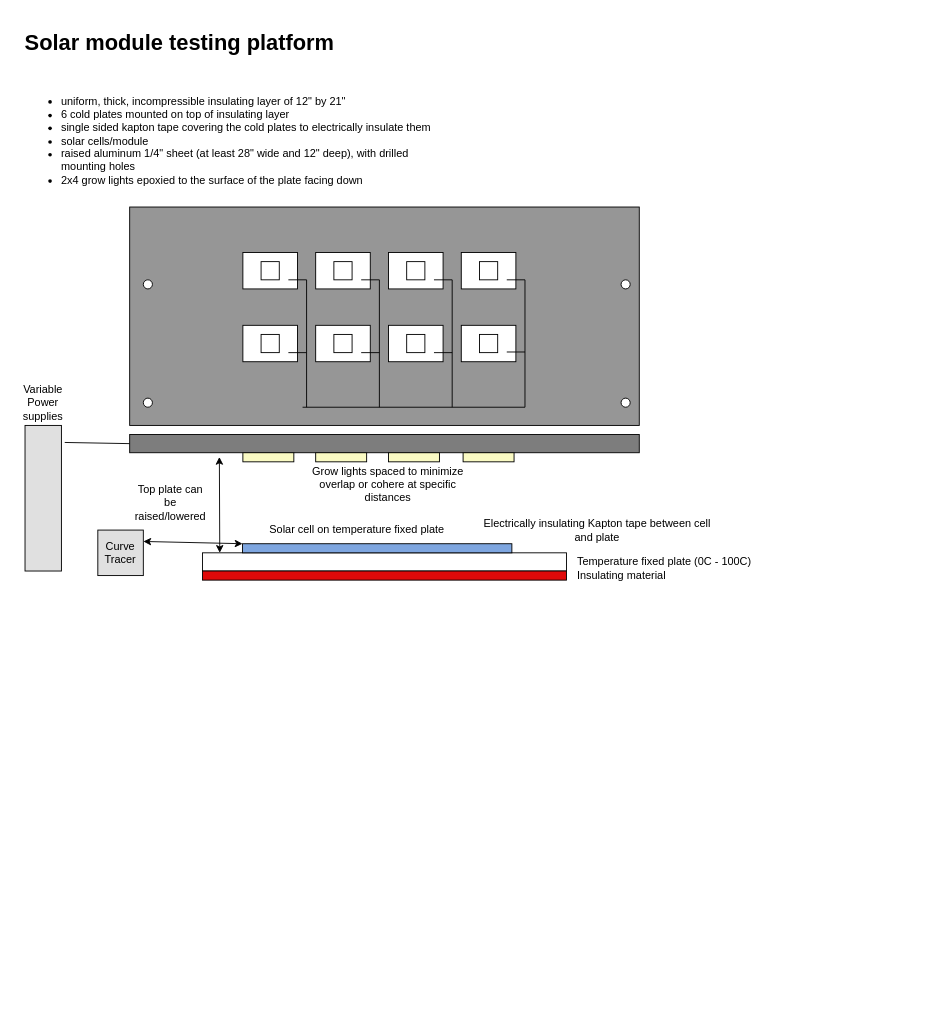
dimembermatt/solar_energy_systems_thesis keeps this draw.io diagram as resources/test_setup.drawio. Above is the earlier version. Source tidied: cells renumbered, new cells numbered last; positions are measured from the earlier drawing's top-left corner, leaving out a move shared by most shapes. Both pictures are drawn from the tidied source at 91%, with x=0, y=0 at pixel (15, 25).
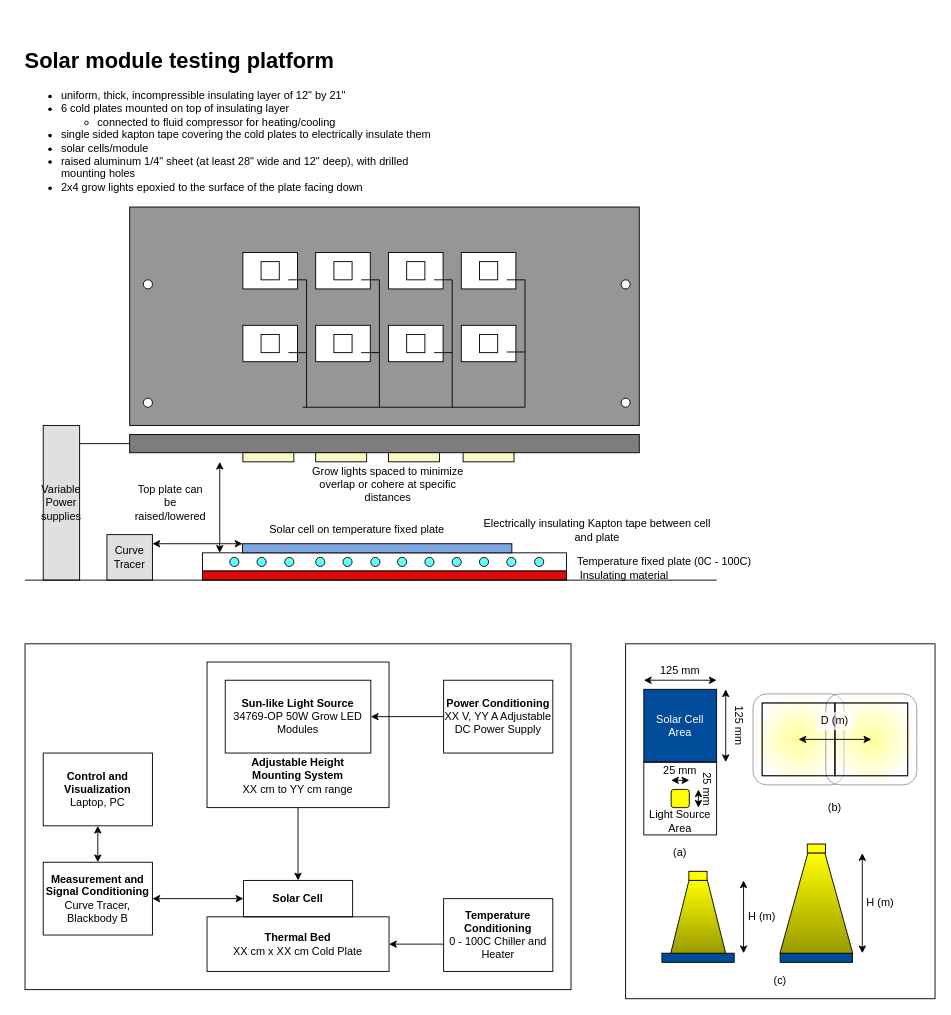
Above is the later version.

The change refers to these unchanged cells:
```xml
<mxCell id="38" style="rounded=0;whiteSpace=wrap;html=1;fillColor=#7D7D7D;" parent="1" vertex="1">
  <mxGeometry x="125" y="450" width="560" height="20" as="geometry" />
</mxCell>
<mxCell id="44" style="rounded=0;whiteSpace=wrap;html=1;fillColor=#7EA6E0;" parent="1" vertex="1">
  <mxGeometry x="249" y="570" width="296" height="10" as="geometry" />
</mxCell>
```

Diff of the diagram source:
```diff
@@
+    <mxCell id="58" style="rounded=0;whiteSpace=wrap;html=1;shadow=0;glass=0;labelBackgroundColor=none;sketch=0;strokeColor=#000000;fontColor=#000000;fillColor=none;gradientColor=#FFFFFF;gradientDirection=radial;" parent="1" vertex="1">
+      <mxGeometry x="670" y="680" width="340" height="390" as="geometry" />
+    </mxCell>
+    <mxCell id="59" style="rounded=0;whiteSpace=wrap;html=1;labelBackgroundColor=none;fillColor=none;" parent="1" vertex="1">
+      <mxGeometry x="900" y="745" width="80" height="80" as="geometry" />
+    </mxCell>
+    <mxCell id="60" style="rounded=0;whiteSpace=wrap;html=1;labelBackgroundColor=none;fillColor=none;" parent="1" vertex="1">
+      <mxGeometry x="820" y="745" width="80" height="80" as="geometry" />
+    </mxCell>
+    <mxCell id="61" style="rounded=1;whiteSpace=wrap;html=1;labelBackgroundColor=none;fillColor=#FFFF00;glass=0;gradientColor=#FFFFFF;gradientDirection=radial;opacity=40;" parent="1" vertex="1">
+      <mxGeometry x="810" y="735" width="100" height="100" as="geometry" />
+    </mxCell>
+    <mxCell id="62" style="rounded=1;whiteSpace=wrap;html=1;labelBackgroundColor=none;fillColor=#FFFF00;gradientColor=#FFFFFF;gradientDirection=radial;glass=0;shadow=0;sketch=0;opacity=40;" parent="1" vertex="1">
+      <mxGeometry x="890" y="735" width="100" height="100" as="geometry" />
+    </mxCell>
+    <mxCell id="63" style="rounded=0;whiteSpace=wrap;html=1;labelBackgroundColor=#FFFF00;" parent="1" vertex="1">
+      <mxGeometry x="210" y="700" width="200" height="160" as="geometry" />
+    </mxCell>
@@
-    <mxCell id="10" value="&lt;p&gt;&lt;/p&gt;&lt;h1&gt;&lt;span style=&quot;background-color: initial;&quot;&gt;Solar module testing platform&lt;/span&gt;&lt;/h1&gt;&lt;div&gt;&lt;br&gt;&lt;/div&gt;&lt;ul&gt;&lt;li&gt;uniform, thick, incompressible insulating layer of 12&quot; by 21&quot;&lt;/li&gt;&lt;li&gt;&lt;span style=&quot;background-color: initial; font-size: 12px; font-weight: normal;&quot;&gt;6 cold plates mounted on top of insulating layer&lt;br&gt;&lt;/span&gt;&lt;/li&gt;&lt;li&gt;single sided kapton tape covering the cold plates to electrically insulate them&lt;/li&gt;&lt;li&gt;solar cells/module&lt;/li&gt;&lt;li&gt;raised aluminum 1/4&quot; sheet (at least 28&quot; wide and 12&quot; deep), with drilled mounting holes&lt;/li&gt;&lt;li&gt;2x4 grow lights epoxied to the surface of the plate facing down&lt;/li&gt;&lt;/ul&gt;&lt;p&gt;&lt;/p&gt;&lt;h1&gt;&lt;p&gt;&lt;/p&gt;&lt;p&gt;&lt;/p&gt;&lt;p&gt;&lt;/p&gt;&lt;/h1&gt;&lt;p&gt;&lt;br&gt;&lt;/p&gt;" style="text;html=1;strokeColor=none;fillColor=none;spacing=5;spacingTop=-20;whiteSpace=wrap;overflow=hidden;rounded=0;" parent="1" vertex="1">
-      <mxGeometry x="5" width="470" height="190" as="geometry" />
+    <mxCell id="10" value="&lt;p&gt;&lt;/p&gt;&lt;h1&gt;&lt;span style=&quot;background-color: initial;&quot;&gt;Solar module testing platform&lt;/span&gt;&lt;/h1&gt;&lt;ul&gt;&lt;li&gt;uniform, thick, incompressible insulating layer of 12&quot; by 21&quot;&lt;/li&gt;&lt;li&gt;&lt;span style=&quot;background-color: initial; font-size: 12px; font-weight: normal;&quot;&gt;6 cold plates mounted on top of insulating layer&lt;br&gt;&lt;/span&gt;&lt;/li&gt;&lt;ul&gt;&lt;li&gt;&lt;span style=&quot;background-color: initial; font-size: 12px; font-weight: normal;&quot;&gt;connected to fluid compressor for heating/cooling&lt;/span&gt;&lt;/li&gt;&lt;/ul&gt;&lt;li&gt;single sided kapton tape covering the cold plates to electrically insulate them&lt;/li&gt;&lt;li&gt;solar cells/module&lt;/li&gt;&lt;li&gt;raised aluminum 1/4&quot; sheet (at least 28&quot; wide and 12&quot; deep), with drilled mounting holes&lt;/li&gt;&lt;li&gt;2x4 grow lights epoxied to the surface of the plate facing down&lt;/li&gt;&lt;/ul&gt;&lt;p&gt;&lt;/p&gt;&lt;h1&gt;&lt;p&gt;&lt;/p&gt;&lt;p&gt;&lt;/p&gt;&lt;p&gt;&lt;/p&gt;&lt;/h1&gt;&lt;p&gt;&lt;br&gt;&lt;/p&gt;" style="text;html=1;strokeColor=none;fillColor=none;spacing=5;spacingTop=-20;whiteSpace=wrap;overflow=hidden;rounded=0;" parent="1" vertex="1">
+      <mxGeometry x="5" y="20" width="470" height="170" as="geometry" />
     </mxCell>
@@
-    <mxCell id="43" style="endArrow=classic;startArrow=classic;html=1;rounded=0;entryX=0.176;entryY=1.233;entryDx=0;entryDy=0;entryPerimeter=0;" parent="1" edge="1" target="38">
+    <mxCell id="43" style="endArrow=classic;startArrow=classic;html=1;rounded=0;" parent="1" edge="1">
       <mxGeometry relative="1" as="geometry">
         <mxPoint x="224" y="580" as="sourcePoint" />
+        <mxPoint x="224" y="480" as="targetPoint" />
       </mxGeometry>
     </mxCell>
@@
     <mxCell id="50" value="Insulating material" style="text;html=1;strokeColor=none;fillColor=none;align=left;verticalAlign=middle;whiteSpace=wrap;rounded=0;" parent="1" vertex="1">
-      <mxGeometry x="615" y="590" width="200" height="30" as="geometry" />
+      <mxGeometry x="617.5" y="600" width="105" height="10" as="geometry" />
     </mxCell>
@@
     <mxCell id="52" style="whiteSpace=wrap;html=1;fillColor=#E0E0E0;" parent="1" vertex="1">
-      <mxGeometry x="90" y="555" width="50" height="50" as="geometry" />
+      <mxGeometry x="100" y="560" width="50" height="50" as="geometry" />
     </mxCell>
-    <mxCell id="53" style="endArrow=classic;startArrow=classic;html=1;rounded=0;exitX=1;exitY=0.25;exitDx=0;exitDy=0;entryX=0;entryY=0;entryDx=0;entryDy=0;" parent="1" edge="1" source="52" target="44">
-      <mxGeometry relative="1" as="geometry" />
+    <mxCell id="53" style="endArrow=classic;startArrow=classic;html=1;rounded=0;entryX=0;entryY=0;entryDx=0;entryDy=0;" parent="1" edge="1" target="44">
+      <mxGeometry relative="1" as="geometry">
+        <mxPoint x="150" y="570" as="sourcePoint" />
+      </mxGeometry>
     </mxCell>
     <mxCell id="54" style="rounded=0;whiteSpace=wrap;html=1;fillColor=#E0E0E0;" parent="1" vertex="1">
-      <mxGeometry x="10" y="440" width="40" height="160" as="geometry" />
+      <mxGeometry x="30" y="440" width="40" height="170" as="geometry" />
     </mxCell>
-    <mxCell id="55" style="endArrow=none;html=1;rounded=0;exitX=1.091;exitY=0.117;exitDx=0;exitDy=0;exitPerimeter=0;entryX=0;entryY=0.5;entryDx=0;entryDy=0;" parent="1" edge="1" source="54" target="38">
-      <mxGeometry relative="1" as="geometry" />
+    <mxCell id="55" style="endArrow=none;html=1;rounded=0;entryX=0;entryY=0.5;entryDx=0;entryDy=0;" parent="1" edge="1" target="38">
+      <mxGeometry relative="1" as="geometry">
+        <mxPoint x="70" y="460" as="sourcePoint" />
+      </mxGeometry>
     </mxCell>
     <mxCell id="56" value="Variable Power supplies" style="text;html=1;strokeColor=none;fillColor=none;align=center;verticalAlign=middle;whiteSpace=wrap;rounded=0;" parent="1" vertex="1">
-      <mxGeometry y="400" width="60" height="30" as="geometry" />
+      <mxGeometry x="30" y="510" width="40" height="30" as="geometry" />
     </mxCell>
     <mxCell id="57" value="Curve Tracer" style="text;html=1;strokeColor=none;fillColor=none;align=center;verticalAlign=middle;whiteSpace=wrap;rounded=0;" parent="1" vertex="1">
-      <mxGeometry x="85" y="565" width="60" height="30" as="geometry" />
+      <mxGeometry x="105" y="570" width="40" height="30" as="geometry" />
     </mxCell>
+    <mxCell id="64" style="endArrow=none;html=1;rounded=0;" parent="1" edge="1">
+      <mxGeometry relative="1" as="geometry">
+        <mxPoint x="10" y="610" as="sourcePoint" />
+        <mxPoint x="770" y="610" as="targetPoint" />
+      </mxGeometry>
+    </mxCell>
+    <mxCell id="65" style="ellipse;whiteSpace=wrap;html=1;fillColor=#66FFFF;" parent="1" vertex="1">
+      <mxGeometry x="235" y="585" width="10" height="10" as="geometry" />
+    </mxCell>
+    <mxCell id="66" style="ellipse;whiteSpace=wrap;html=1;fillColor=#66FFFF;" parent="1" vertex="1">
+      <mxGeometry x="265" y="585" width="10" height="10" as="geometry" />
+    </mxCell>
+    <mxCell id="67" style="ellipse;whiteSpace=wrap;html=1;fillColor=#66FFFF;" parent="1" vertex="1">
+      <mxGeometry x="295.4" y="585" width="10" height="10" as="geometry" />
+    </mxCell>
+    <mxCell id="68" style="ellipse;whiteSpace=wrap;html=1;fillColor=#66FFFF;" parent="1" vertex="1">
+      <mxGeometry x="329.4" y="585" width="10" height="10" as="geometry" />
+    </mxCell>
+    <mxCell id="69" style="ellipse;whiteSpace=wrap;html=1;fillColor=#66FFFF;" parent="1" vertex="1">
+      <mxGeometry x="359.4" y="585" width="10" height="10" as="geometry" />
+    </mxCell>
+    <mxCell id="70" style="ellipse;whiteSpace=wrap;html=1;fillColor=#66FFFF;" parent="1" vertex="1">
+      <mxGeometry x="390" y="585" width="10" height="10" as="geometry" />
+    </mxCell>
+    <mxCell id="71" style="ellipse;whiteSpace=wrap;html=1;fillColor=#66FFFF;" parent="1" vertex="1">
+      <mxGeometry x="419.4" y="585" width="10" height="10" as="geometry" />
+    </mxCell>
+    <mxCell id="72" style="ellipse;whiteSpace=wrap;html=1;fillColor=#66FFFF;" parent="1" vertex="1">
+      <mxGeometry x="449.4" y="585" width="10" height="10" as="geometry" />
+    </mxCell>
+    <mxCell id="73" style="ellipse;whiteSpace=wrap;html=1;fillColor=#66FFFF;" parent="1" vertex="1">
+      <mxGeometry x="479.4" y="585" width="10" height="10" as="geometry" />
+    </mxCell>
+    <mxCell id="74" style="ellipse;whiteSpace=wrap;html=1;fillColor=#66FFFF;" parent="1" vertex="1">
+      <mxGeometry x="509.4" y="585" width="10" height="10" as="geometry" />
+    </mxCell>
+    <mxCell id="75" style="ellipse;whiteSpace=wrap;html=1;fillColor=#66FFFF;" parent="1" vertex="1">
+      <mxGeometry x="539.4" y="585" width="10" height="10" as="geometry" />
+    </mxCell>
+    <mxCell id="76" style="ellipse;whiteSpace=wrap;html=1;fillColor=#66FFFF;" parent="1" vertex="1">
+      <mxGeometry x="570" y="585" width="10" height="10" as="geometry" />
+    </mxCell>
+    <mxCell id="77" value="&lt;b&gt;Sun-like Light Source&lt;br&gt;&lt;/b&gt;34769-OP 50W Grow LED Modules" style="rounded=0;whiteSpace=wrap;html=1;" parent="1" vertex="1">
+      <mxGeometry x="230" y="720" width="160" height="80" as="geometry" />
+    </mxCell>
+    <mxCell id="78" style="edgeStyle=orthogonalEdgeStyle;rounded=0;jettySize=auto;html=1;" parent="1" edge="1" source="79" target="77">
+      <mxGeometry relative="1" as="geometry" />
+    </mxCell>
+    <mxCell id="79" value="&lt;b&gt;Power Conditioning&lt;br&gt;&lt;/b&gt;XX V, YY A Adjustable DC Power Supply" style="rounded=0;whiteSpace=wrap;html=1;" parent="1" vertex="1">
+      <mxGeometry x="470" y="720" width="120" height="80" as="geometry" />
+    </mxCell>
+    <mxCell id="80" value="Adjustable Height Mounting System&lt;br&gt;&lt;span style=&quot;font-weight: 400;&quot;&gt;XX cm to YY cm range&lt;/span&gt;" style="text;html=1;strokeColor=none;fillColor=none;align=center;verticalAlign=middle;whiteSpace=wrap;rounded=0;labelBackgroundColor=#FFFFFF;fontStyle=1;" parent="1" vertex="1">
+      <mxGeometry x="230" y="810" width="160" height="30" as="geometry" />
+    </mxCell>
+    <mxCell id="81" value="Solar Cell" style="rounded=0;whiteSpace=wrap;html=1;labelBackgroundColor=none;fillColor=none;fontStyle=1;" parent="1" vertex="1">
+      <mxGeometry x="250" y="940" width="120" height="40" as="geometry" />
+    </mxCell>
+    <mxCell id="82" value="Thermal Bed&lt;br&gt;&lt;span style=&quot;font-weight: normal;&quot;&gt;XX cm x XX cm Cold Plate&lt;/span&gt;" style="rounded=0;whiteSpace=wrap;html=1;labelBackgroundColor=none;fillColor=none;fontStyle=1;" parent="1" vertex="1">
+      <mxGeometry x="210" y="980" width="200" height="60" as="geometry" />
+    </mxCell>
+    <mxCell id="83" style="edgeStyle=orthogonalEdgeStyle;rounded=0;jettySize=auto;html=1;entryX=1;entryY=0.5;entryDx=0;entryDy=0;" parent="1" edge="1" source="84" target="82">
+      <mxGeometry relative="1" as="geometry">
+        <Array as="points">
+          <mxPoint x="460" y="1010" />
+          <mxPoint x="460" y="1010" />
+        </Array>
+      </mxGeometry>
+    </mxCell>
+    <mxCell id="84" value="&lt;b&gt;Temperature Conditioning&lt;/b&gt;&lt;br&gt;0 - 100C Chiller and Heater" style="rounded=0;whiteSpace=wrap;html=1;labelBackgroundColor=none;fillColor=none;" parent="1" vertex="1">
+      <mxGeometry x="470" y="960" width="120" height="80" as="geometry" />
+    </mxCell>
+    <mxCell id="85" style="endArrow=classic;html=1;rounded=0;exitX=0.5;exitY=1;exitDx=0;exitDy=0;entryX=0.5;entryY=0;entryDx=0;entryDy=0;" parent="1" edge="1" source="63" target="81">
+      <mxGeometry relative="1" as="geometry" />
+    </mxCell>
+    <mxCell id="86" value="&lt;b&gt;Measurement and Signal Conditioning&lt;/b&gt;&lt;br&gt;Curve Tracer, Blackbody B" style="rounded=0;whiteSpace=wrap;html=1;labelBackgroundColor=none;fillColor=none;" parent="1" vertex="1">
+      <mxGeometry x="30" y="920" width="120" height="80" as="geometry" />
+    </mxCell>
+    <mxCell id="87" value="&lt;b&gt;Control and Visualization&lt;/b&gt;&lt;br&gt;Laptop, PC" style="rounded=0;whiteSpace=wrap;html=1;labelBackgroundColor=none;fillColor=none;" parent="1" vertex="1">
+      <mxGeometry x="30" y="800" width="120" height="80" as="geometry" />
+    </mxCell>
+    <mxCell id="88" style="endArrow=classic;startArrow=classic;html=1;rounded=0;exitX=0.5;exitY=1;exitDx=0;exitDy=0;entryX=0.5;entryY=0;entryDx=0;entryDy=0;" parent="1" edge="1" source="87" target="86">
+      <mxGeometry relative="1" as="geometry" />
+    </mxCell>
+    <mxCell id="89" style="endArrow=classic;startArrow=classic;html=1;rounded=0;exitX=1;exitY=0.5;exitDx=0;exitDy=0;entryX=0;entryY=0.5;entryDx=0;entryDy=0;" parent="1" edge="1" source="86" target="81">
+      <mxGeometry relative="1" as="geometry" />
+    </mxCell>
+    <mxCell id="90" style="rounded=0;whiteSpace=wrap;html=1;labelBackgroundColor=none;fillColor=none;" parent="1" vertex="1">
+      <mxGeometry x="10" y="680" width="600" height="380" as="geometry" />
+    </mxCell>
+    <mxCell id="91" style="rounded=0;whiteSpace=wrap;html=1;labelBackgroundColor=none;fillColor=none;" parent="1" vertex="1">
+      <mxGeometry x="820" y="745" width="80" height="80" as="geometry" />
+    </mxCell>
+    <mxCell id="92" value="&lt;font color=&quot;#ffffff&quot;&gt;Solar Cell Area&lt;/font&gt;" style="rounded=0;whiteSpace=wrap;html=1;labelBackgroundColor=none;fillColor=#004C99;" parent="1" vertex="1">
+      <mxGeometry x="690" y="730" width="80" height="80" as="geometry" />
+    </mxCell>
+    <mxCell id="93" style="rounded=0;whiteSpace=wrap;html=1;labelBackgroundColor=none;fillColor=none;" parent="1" vertex="1">
+      <mxGeometry x="900" y="745" width="80" height="80" as="geometry" />
+    </mxCell>
+    <mxCell id="94" style="rounded=0;whiteSpace=wrap;html=1;labelBackgroundColor=none;fillColor=none;" parent="1" vertex="1">
+      <mxGeometry x="690" y="810" width="80" height="80" as="geometry" />
+    </mxCell>
+    <mxCell id="95" style="endArrow=classic;startArrow=classic;html=1;rounded=0;" parent="1" edge="1">
+      <mxGeometry relative="1" as="geometry">
+        <mxPoint x="780" y="810" as="sourcePoint" />
+        <mxPoint x="780" y="730" as="targetPoint" />
+      </mxGeometry>
+    </mxCell>
+    <mxCell id="96" style="endArrow=classic;startArrow=classic;html=1;rounded=0;" parent="1" edge="1">
+      <mxGeometry relative="1" as="geometry">
+        <mxPoint x="690" y="720" as="sourcePoint" />
+        <mxPoint x="770" y="720" as="targetPoint" />
+      </mxGeometry>
+    </mxCell>
+    <mxCell id="97" value="125 mm" style="text;html=1;strokeColor=none;fillColor=none;align=center;verticalAlign=middle;whiteSpace=wrap;rounded=0;labelBackgroundColor=none;" parent="1" vertex="1">
+      <mxGeometry x="705" y="700" width="50" height="20" as="geometry" />
+    </mxCell>
+    <mxCell id="98" value="125 mm" style="text;html=1;strokeColor=none;fillColor=none;align=center;verticalAlign=middle;whiteSpace=wrap;rounded=0;labelBackgroundColor=none;rotation=90;" parent="1" vertex="1">
+      <mxGeometry x="770" y="760" width="50" height="20" as="geometry" />
+    </mxCell>
+    <mxCell id="99" style="rounded=1;whiteSpace=wrap;html=1;labelBackgroundColor=none;fillColor=#FFFF00;" parent="1" vertex="1">
+      <mxGeometry x="720" y="840" width="20" height="20" as="geometry" />
+    </mxCell>
+    <mxCell id="100" style="endArrow=classic;startArrow=classic;html=1;rounded=0;" parent="1" edge="1">
+      <mxGeometry relative="1" as="geometry">
+        <mxPoint x="720" y="830" as="sourcePoint" />
+        <mxPoint x="740" y="830" as="targetPoint" />
+      </mxGeometry>
+    </mxCell>
+    <mxCell id="101" value="25 mm" style="text;html=1;strokeColor=none;fillColor=none;align=center;verticalAlign=middle;whiteSpace=wrap;rounded=0;labelBackgroundColor=none;" parent="1" vertex="1">
+      <mxGeometry x="700" y="810" width="60" height="20" as="geometry" />
+    </mxCell>
+    <mxCell id="102" value="&lt;font color=&quot;#000000&quot;&gt;Light Source Area&lt;/font&gt;" style="text;html=1;strokeColor=none;fillColor=none;align=center;verticalAlign=middle;whiteSpace=wrap;rounded=0;labelBackgroundColor=none;fontColor=#FFFFFF;" parent="1" vertex="1">
+      <mxGeometry x="690" y="860" width="80" height="30" as="geometry" />
+    </mxCell>
+    <mxCell id="103" style="endArrow=classic;startArrow=classic;html=1;rounded=0;" parent="1" edge="1">
+      <mxGeometry relative="1" as="geometry">
+        <mxPoint x="750" y="840" as="sourcePoint" />
+        <mxPoint x="750" y="860" as="targetPoint" />
+      </mxGeometry>
+    </mxCell>
+    <mxCell id="104" value="25 mm" style="text;html=1;strokeColor=none;fillColor=none;align=center;verticalAlign=middle;whiteSpace=wrap;rounded=0;labelBackgroundColor=none;rotation=90;" parent="1" vertex="1">
+      <mxGeometry x="740" y="830" width="40" height="20" as="geometry" />
+    </mxCell>
+    <mxCell id="105" style="endArrow=classic;startArrow=classic;html=1;rounded=0;fontColor=#000000;" parent="1" edge="1">
+      <mxGeometry relative="1" as="geometry">
+        <mxPoint x="860" y="785" as="sourcePoint" />
+        <mxPoint x="940" y="785" as="targetPoint" />
+      </mxGeometry>
+    </mxCell>
+    <mxCell id="106" value="D (m)" style="text;html=1;strokeColor=none;fillColor=#FFFFFF;align=center;verticalAlign=middle;whiteSpace=wrap;rounded=1;shadow=0;glass=0;labelBackgroundColor=none;sketch=0;fontColor=#000000;opacity=70;" parent="1" vertex="1">
+      <mxGeometry x="880" y="755" width="40" height="20" as="geometry" />
+    </mxCell>
+    <mxCell id="107" style="rounded=0;whiteSpace=wrap;html=1;shadow=0;glass=0;labelBackgroundColor=none;sketch=0;strokeColor=#000000;fontColor=#000000;fillColor=#FFFF00;gradientColor=none;gradientDirection=radial;" parent="1" vertex="1">
+      <mxGeometry x="869.6" y="900" width="20" height="10" as="geometry" />
+    </mxCell>
+    <mxCell id="108" style="rounded=0;whiteSpace=wrap;html=1;shadow=0;glass=0;labelBackgroundColor=none;sketch=0;strokeColor=#000000;fontColor=#000000;fillColor=#004C99;gradientColor=none;gradientDirection=radial;" parent="1" vertex="1">
+      <mxGeometry x="839.8" y="1020" width="79.4" height="10" as="geometry" />
+    </mxCell>
+    <mxCell id="109" style="shape=trapezoid;perimeter=trapezoidPerimeter;whiteSpace=wrap;html=1;fixedSize=1;rounded=0;shadow=0;glass=0;labelBackgroundColor=none;sketch=0;strokeColor=#000000;fontColor=#000000;fillColor=#FFFF00;gradientColor=#999900;gradientDirection=south;size=30.59999999999991;" parent="1" vertex="1">
+      <mxGeometry x="839.6" y="910" width="80" height="110" as="geometry" />
+    </mxCell>
+    <mxCell id="110" style="rounded=0;whiteSpace=wrap;html=1;shadow=0;glass=0;labelBackgroundColor=none;sketch=0;strokeColor=#000000;fontColor=#000000;fillColor=#FFFF00;gradientColor=none;gradientDirection=radial;" parent="1" vertex="1">
+      <mxGeometry x="739.5" y="930" width="20" height="10" as="geometry" />
+    </mxCell>
+    <mxCell id="111" style="rounded=0;whiteSpace=wrap;html=1;shadow=0;glass=0;labelBackgroundColor=none;sketch=0;strokeColor=#000000;fontColor=#000000;fillColor=#004C99;gradientColor=none;gradientDirection=radial;" parent="1" vertex="1">
+      <mxGeometry x="709.9" y="1020" width="79.4" height="10" as="geometry" />
+    </mxCell>
+    <mxCell id="112" style="shape=trapezoid;perimeter=trapezoidPerimeter;whiteSpace=wrap;html=1;fixedSize=1;rounded=0;shadow=0;glass=0;labelBackgroundColor=none;sketch=0;strokeColor=#000000;fontColor=#000000;fillColor=#FFFF00;gradientColor=#999900;gradientDirection=south;size=20;" parent="1" vertex="1">
+      <mxGeometry x="719.6" y="940" width="60.3" height="80" as="geometry" />
+    </mxCell>
+    <mxCell id="113" style="endArrow=classic;startArrow=classic;html=1;rounded=0;fontColor=#000000;" parent="1" edge="1">
+      <mxGeometry relative="1" as="geometry">
+        <mxPoint x="799.6" y="1020" as="sourcePoint" />
+        <mxPoint x="799.6" y="940" as="targetPoint" />
+      </mxGeometry>
+    </mxCell>
+    <mxCell id="114" style="endArrow=classic;startArrow=classic;html=1;rounded=0;fontColor=#000000;" parent="1" edge="1">
+      <mxGeometry relative="1" as="geometry">
+        <mxPoint x="930.1" y="1020" as="sourcePoint" />
+        <mxPoint x="930.1" y="910" as="targetPoint" />
+      </mxGeometry>
+    </mxCell>
+    <mxCell id="115" value="H (m)" style="text;html=1;strokeColor=none;fillColor=none;align=center;verticalAlign=middle;whiteSpace=wrap;rounded=0;shadow=0;glass=0;labelBackgroundColor=none;sketch=0;fontColor=#000000;" parent="1" vertex="1">
+      <mxGeometry x="930.1" y="950" width="40" height="30" as="geometry" />
+    </mxCell>
+    <mxCell id="116" value="H (m)" style="text;html=1;strokeColor=none;fillColor=none;align=center;verticalAlign=middle;whiteSpace=wrap;rounded=0;shadow=0;glass=0;labelBackgroundColor=none;sketch=0;fontColor=#000000;" parent="1" vertex="1">
+      <mxGeometry x="799.6" y="965" width="40" height="30" as="geometry" />
+    </mxCell>
+    <mxCell id="117" value="(a)" style="text;html=1;strokeColor=none;fillColor=none;align=center;verticalAlign=middle;whiteSpace=wrap;rounded=0;shadow=0;glass=0;labelBackgroundColor=none;sketch=0;fontColor=#000000;" parent="1" vertex="1">
+      <mxGeometry x="720" y="900" width="20" height="20" as="geometry" />
+    </mxCell>
+    <mxCell id="118" value="(b)" style="text;html=1;strokeColor=none;fillColor=none;align=center;verticalAlign=middle;whiteSpace=wrap;rounded=0;shadow=0;glass=0;labelBackgroundColor=none;sketch=0;fontColor=#000000;" parent="1" vertex="1">
+      <mxGeometry x="889.6" y="850" width="20" height="20" as="geometry" />
+    </mxCell>
+    <mxCell id="119" value="(c)" style="text;html=1;strokeColor=none;fillColor=none;align=center;verticalAlign=middle;whiteSpace=wrap;rounded=0;shadow=0;glass=0;labelBackgroundColor=none;sketch=0;fontColor=#000000;" parent="1" vertex="1">
+      <mxGeometry x="830" y="1040" width="20" height="20" as="geometry" />
+    </mxCell>
```
